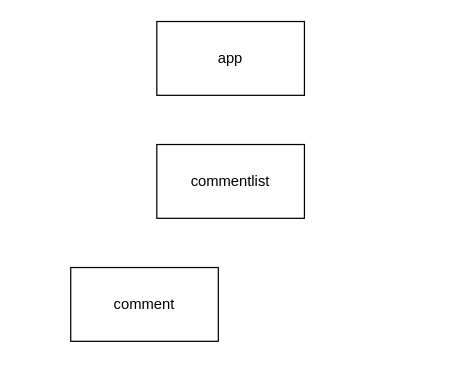
Earlier version of the draw.io diagram map.drawio (SchoolOfCode/bc14_w5_recap-tasks-lozzolloz). Source tidied: cells renumbered, new cells numbered last; positions are measured from the earlier drawing's top-left corner, leaving out a move shared by most shapes. Both pictures are drawn from the tidied source at 123%, with x=0, y=0 at pixel (70, 21).
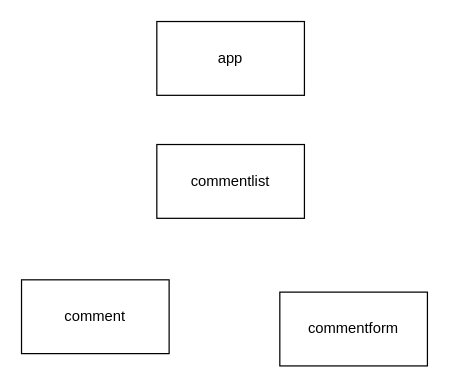
The same diagram, later.

Diff of the diagram source:
```diff
@@
 <mxGraphModel>
   <root>
     <mxCell id="0" />
     <mxCell id="1" parent="0" />
     <mxCell id="2" value="app" style="rounded=0;whiteSpace=wrap;html=1;" parent="1" vertex="1">
       <mxGeometry x="70" width="120" height="60" as="geometry" />
     </mxCell>
     <mxCell id="3" value="commentlist" style="rounded=0;whiteSpace=wrap;html=1;" parent="1" vertex="1">
       <mxGeometry x="70" y="100" width="120" height="60" as="geometry" />
     </mxCell>
     <mxCell id="4" value="comment" style="rounded=0;whiteSpace=wrap;html=1;" parent="1" vertex="1">
-      <mxGeometry y="200" width="120" height="60" as="geometry" />
+      <mxGeometry x="-40" y="210" width="120" height="60" as="geometry" />
     </mxCell>
+    <mxCell id="5" value="commentform&lt;br&gt;" style="rounded=0;whiteSpace=wrap;html=1;" parent="1" vertex="1">
+      <mxGeometry x="170" y="220" width="120" height="60" as="geometry" />
+    </mxCell>
   </root>
 </mxGraphModel>
```
